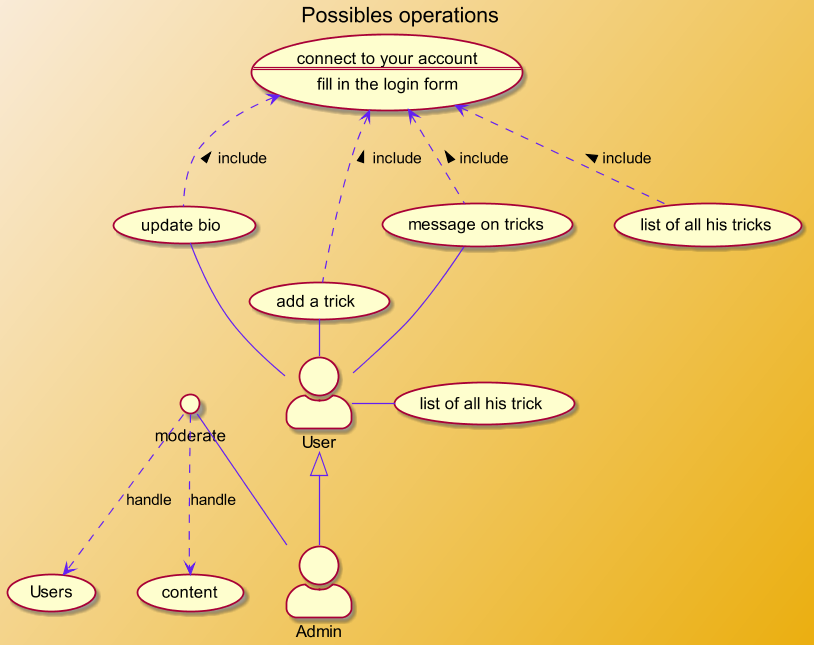
Before: out/diagrams/use-case/use-case.png, a diagram exported from PlantUML (ronan-develop/snowtricks).
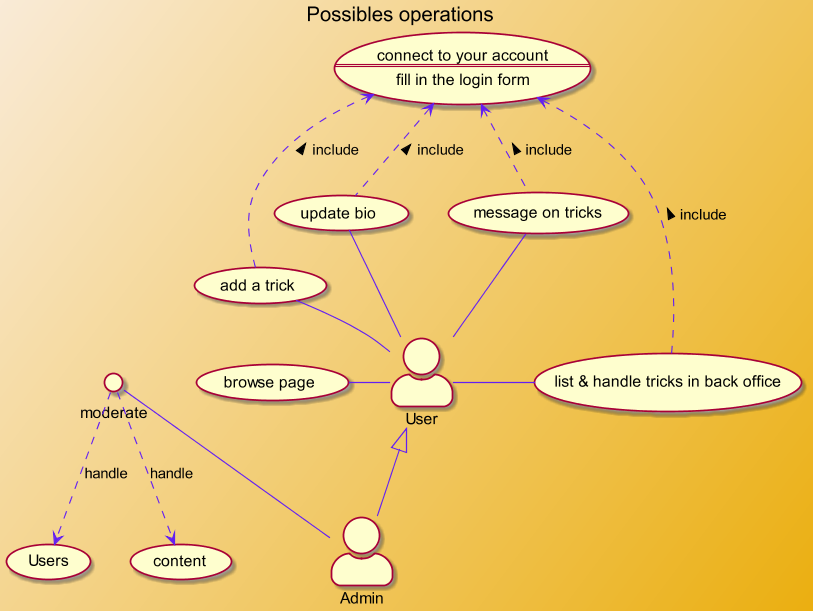
The same diagram one commit later.

Commit message:
Update: uses case

Diff of the diagram source:
```diff
@@ -24,9 +24,10 @@
 fill in the login form
 "
 
+u -left- (browse page)
 u -left- (add a trick)
 (message on tricks) -down-  u
-u -right- (list of all his trick)
+u -right- (list & handle tricks in back office)
 u -up- (update bio)
 a -up-|> u
 a -up- moderate
@@ -34,7 +35,7 @@
 moderate ..> (Users): handle
 moderate ..> (content): handle
 
-connection <.. (list of all his tricks): include <
+connection <.. (list & handle tricks in back office): include <
 connection <.. (add a trick): include <
 connection <.. (message on tricks):< include
 connection <.. (update bio) :< include
```
